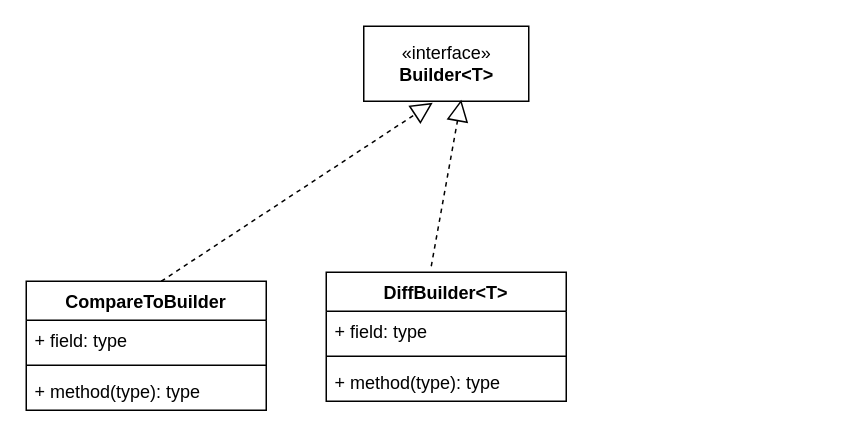
Above: page "builder" (1 of 2) of commons/commons-lang.drawio in tadsimons/draw (draw.io), before the change. Source tidied: cells renumbered, new cells numbered last; positions are measured from the earlier drawing's top-left corner, leaving out a move shared by most shapes. Both pictures are drawn from the tidied source at 150%, with x=0, y=0 at pixel (26, 26).
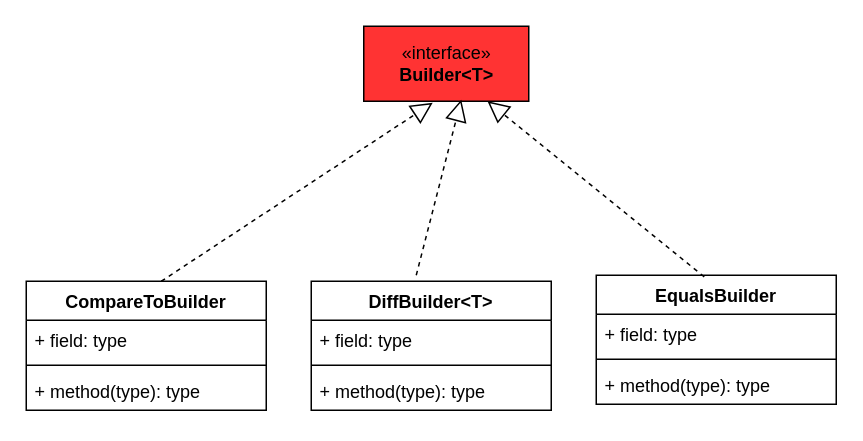
The same diagram, later.

The edit, as a diff of the source:
```diff
@@
 <mxGraphModel>
   <root>
     <mxCell id="0" />
     <mxCell id="1" parent="0" />
-    <mxCell id="2" value="«interface»&lt;br&gt;&lt;b&gt;Builder&amp;lt;T&amp;gt;&lt;/b&gt;" style="html=1;" parent="1" vertex="1">
+    <mxCell id="2" value="«interface»&lt;br&gt;&lt;b&gt;Builder&amp;lt;T&amp;gt;&lt;/b&gt;" style="html=1;fillColor=#FF3333;" parent="1" vertex="1">
       <mxGeometry x="225" width="110" height="50" as="geometry" />
     </mxCell>
     <mxCell id="3" value="CompareToBuilder" style="swimlane;fontStyle=1;align=center;verticalAlign=top;horizontal=1;startSize=26;" parent="1" vertex="1">
       <mxGeometry y="170" width="160" height="86" as="geometry" />
     </mxCell>
     <mxCell id="4" style="endArrow=block;dashed=1;endFill=0;endSize=12;html=1;entryX=0.418;entryY=1.02;entryDx=0;entryDy=0;entryPerimeter=0;" parent="3" edge="1" target="2">
       <mxGeometry relative="1" as="geometry">
         <mxPoint x="90" as="sourcePoint" />
       </mxGeometry>
     </mxCell>
     <mxCell id="5" value="+ field: type" style="text;strokeColor=none;fillColor=none;align=left;verticalAlign=top;spacingLeft=4;spacingRight=4;overflow=hidden;" parent="3" vertex="1">
       <mxGeometry y="26" width="160" height="26" as="geometry" />
     </mxCell>
     <mxCell id="6" style="line;strokeWidth=1;fillColor=none;align=left;verticalAlign=middle;spacingTop=-1;spacingLeft=3;spacingRight=3;labelPosition=right;" parent="3" vertex="1">
       <mxGeometry y="52" width="160" height="8" as="geometry" />
     </mxCell>
     <mxCell id="7" value="+ method(type): type" style="text;strokeColor=none;fillColor=none;align=left;verticalAlign=top;spacingLeft=4;spacingRight=4;overflow=hidden;" parent="3" vertex="1">
       <mxGeometry y="60" width="160" height="26" as="geometry" />
     </mxCell>
     <mxCell id="8" value="DiffBuilder&lt;T&gt;" style="swimlane;fontStyle=1;align=center;verticalAlign=top;horizontal=1;startSize=26;" parent="1" vertex="1">
-      <mxGeometry x="200" y="164" width="160" height="86" as="geometry" />
+      <mxGeometry x="190" y="170" width="160" height="86" as="geometry" />
     </mxCell>
     <mxCell id="9" value="+ field: type" style="text;strokeColor=none;fillColor=none;align=left;verticalAlign=top;spacingLeft=4;spacingRight=4;overflow=hidden;" parent="8" vertex="1">
       <mxGeometry y="26" width="160" height="26" as="geometry" />
     </mxCell>
     <mxCell id="10" style="line;strokeWidth=1;fillColor=none;align=left;verticalAlign=middle;spacingTop=-1;spacingLeft=3;spacingRight=3;labelPosition=right;" parent="8" vertex="1">
       <mxGeometry y="52" width="160" height="8" as="geometry" />
     </mxCell>
     <mxCell id="11" value="+ method(type): type" style="text;strokeColor=none;fillColor=none;align=left;verticalAlign=top;spacingLeft=4;spacingRight=4;overflow=hidden;" parent="8" vertex="1">
       <mxGeometry y="60" width="160" height="26" as="geometry" />
     </mxCell>
     <mxCell id="12" style="endArrow=block;dashed=1;endFill=0;endSize=12;html=1;entryX=0.591;entryY=0.98;entryDx=0;entryDy=0;entryPerimeter=0;" parent="8" edge="1" target="2">
       <mxGeometry relative="1" as="geometry">
         <mxPoint x="70" y="-4" as="sourcePoint" />
       </mxGeometry>
     </mxCell>
+    <mxCell id="13" value="EqualsBuilder" style="swimlane;fontStyle=1;align=center;verticalAlign=top;horizontal=1;startSize=26;fillColor=#FFFFFF;" parent="1" vertex="1">
+      <mxGeometry x="380" y="166" width="160" height="86" as="geometry" />
+    </mxCell>
+    <mxCell id="14" value="+ field: type" style="text;strokeColor=none;fillColor=none;align=left;verticalAlign=top;spacingLeft=4;spacingRight=4;overflow=hidden;" parent="13" vertex="1">
+      <mxGeometry y="26" width="160" height="26" as="geometry" />
+    </mxCell>
+    <mxCell id="15" style="line;strokeWidth=1;fillColor=none;align=left;verticalAlign=middle;spacingTop=-1;spacingLeft=3;spacingRight=3;labelPosition=right;" parent="13" vertex="1">
+      <mxGeometry y="52" width="160" height="8" as="geometry" />
+    </mxCell>
+    <mxCell id="16" value="+ method(type): type" style="text;strokeColor=none;fillColor=none;align=left;verticalAlign=top;spacingLeft=4;spacingRight=4;overflow=hidden;" parent="13" vertex="1">
+      <mxGeometry y="60" width="160" height="26" as="geometry" />
+    </mxCell>
+    <mxCell id="17" style="endArrow=block;dashed=1;endFill=0;endSize=12;html=1;entryX=0.75;entryY=1;entryDx=0;entryDy=0;exitX=0.45;exitY=0.012;exitDx=0;exitDy=0;exitPerimeter=0;" parent="1" edge="1" source="13" target="2">
+      <mxGeometry relative="1" as="geometry" />
+    </mxCell>
   </root>
 </mxGraphModel>
```
